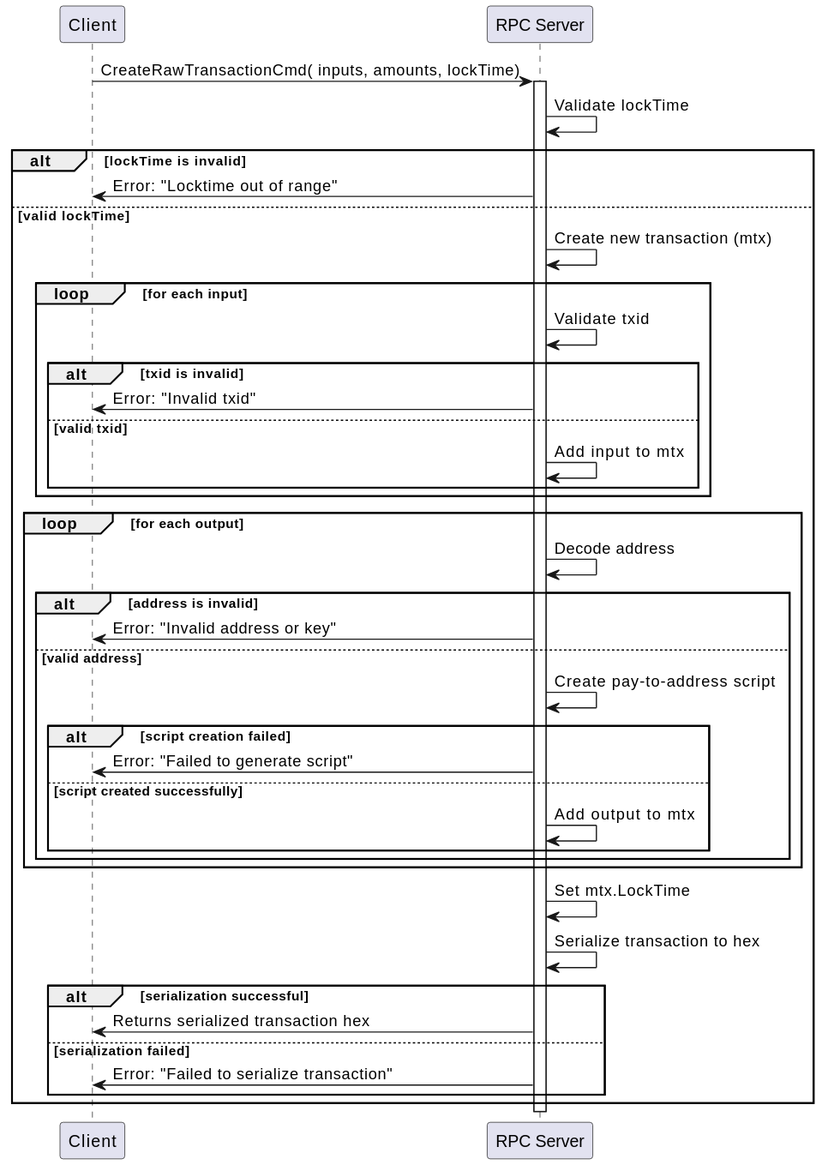
Before: docs/services/img/plantuml/rpc/rpc-create-raw-transaction.svg, a diagram exported from PlantUML (freemans13/teranode). The source it was exported from:
```plantuml
@startuml
participant Client
participant "RPC Server" as RPC

Client -> RPC : CreateRawTransactionCmd( inputs, amounts, lockTime)
activate RPC

RPC -> RPC : Validate lockTime
alt lockTime is invalid
    RPC -> Client : Error: "Locktime out of range"
else valid lockTime
    RPC -> RPC : Create new transaction (mtx)
    loop for each input
        RPC -> RPC : Validate txid
        alt txid is invalid
            RPC -> Client : Error: "Invalid txid"
        else valid txid
            RPC -> RPC : Add input to mtx
        end
    end
    loop for each output
        RPC -> RPC : Decode address
        alt address is invalid
            RPC -> Client : Error: "Invalid address or key"
        else valid address
            RPC -> RPC : Create pay-to-address script
            alt script creation failed
                RPC -> Client : Error: "Failed to generate script"
            else script created successfully
                RPC -> RPC : Add output to mtx
            end
        end
    end
    RPC -> RPC : Set mtx.LockTime
    RPC -> RPC : Serialize transaction to hex
    alt serialization successful
        RPC -> Client : Returns serialized transaction hex
    else serialization failed
        RPC -> Client : Error: "Failed to serialize transaction"
    end
end

deactivate RPC
@enduml
```
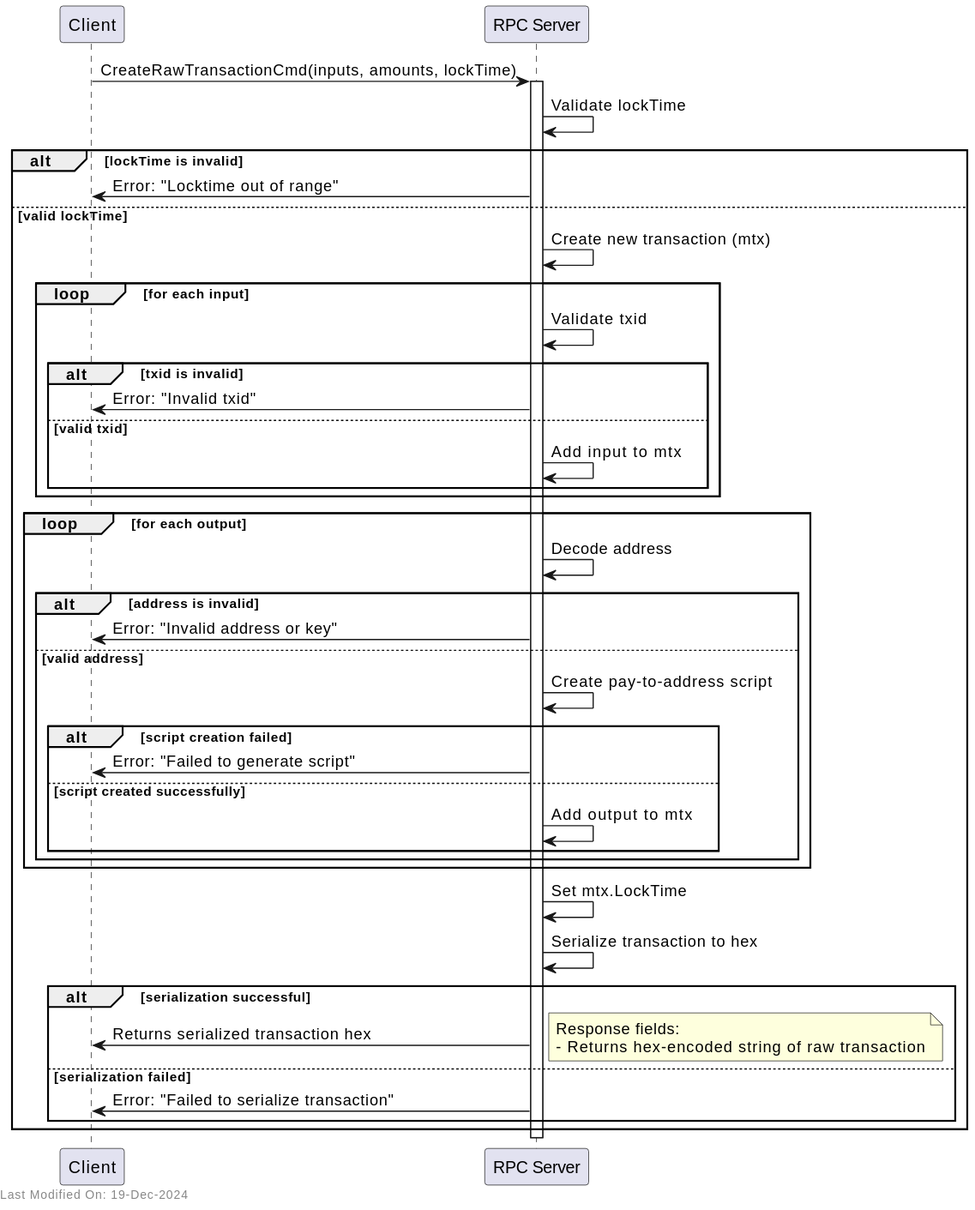
Later version of the same file.

The edit, as a diff of the source:
```diff
@@ -2,7 +2,7 @@
 participant Client
 participant "RPC Server" as RPC
 
-Client -> RPC : CreateRawTransactionCmd( inputs, amounts, lockTime)
+Client -> RPC : CreateRawTransactionCmd(inputs, amounts, lockTime)
 activate RPC
 
 RPC -> RPC : Validate lockTime
@@ -35,10 +35,16 @@
     RPC -> RPC : Serialize transaction to hex
     alt serialization successful
         RPC -> Client : Returns serialized transaction hex
+        note right
+        Response fields:
+        - Returns hex-encoded string of raw transaction
+        end note
     else serialization failed
         RPC -> Client : Error: "Failed to serialize transaction"
     end
 end
 
 deactivate RPC
+
+left footer Last Modified On: %date("dd-MMM-yyyy")
 @enduml
```
